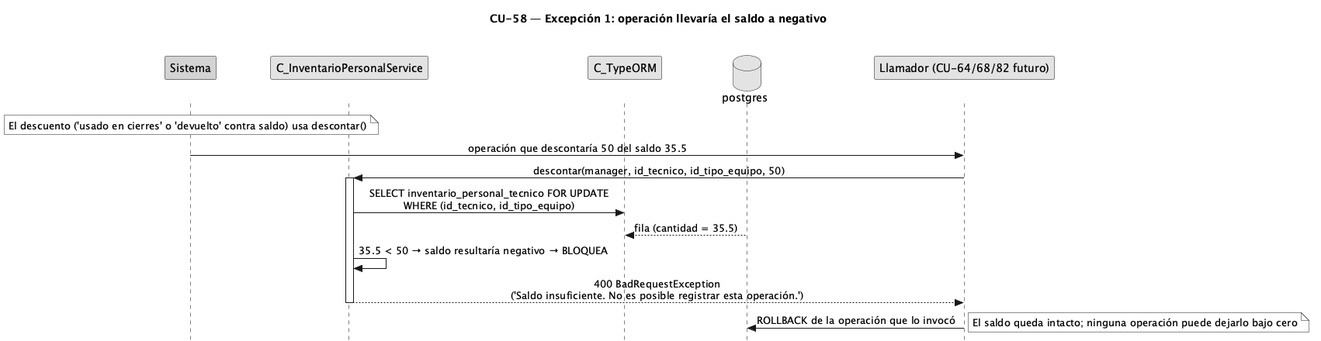
Before: diagramas/diagramas-secuencia/CU58/CU58-exc-saldo-negativo.png, a diagram exported from PlantUML (FSM-Finet-y-Cable-Magico/Team_1-Inventario-y-Bodega). Its diagram source:
```plantuml
@startuml CU58-exc-saldo-negativo
title CU-58 — Excepción 1: operación llevaría el saldo a negativo
skinparam style strictuml
skinparam monochrome true
skinparam shadowing false
skinparam sequenceMessageAlign center
<style> sequenceDiagram { participant { Margin 30 } actor { Margin 12 } } </style>
skinparam sequence {
  MessageAlign center
  LifeLineBorderColor black
}
hide footbox

participant "Sistema" as sys #lightgrey
participant "C_InventarioPersonalService" as ips
participant "C_TypeORM" as orm
database "postgres" as db
participant "Llamador (CU-64/68/82 futuro)" as caller

note over sys : El descuento ('usado en cierres' o 'devuelto' contra saldo) usa descontar()
sys -> caller : operación que descontaría 50 del saldo 35.5
caller -> ips : descontar(manager, id_tecnico, id_tipo_equipo, 50)
activate ips
ips -> orm : SELECT inventario_personal_tecnico FOR UPDATE\nWHERE (id_tecnico, id_tipo_equipo)
db --> orm : fila (cantidad = 35.5)
ips -> ips : 35.5 < 50 → saldo resultaría negativo → BLOQUEA
ips --> caller : 400 BadRequestException\n('Saldo insuficiente. No es posible registrar esta operación.')
deactivate ips
caller -> db : ROLLBACK de la operación que lo invocó
note right : El saldo queda intacto; ninguna operación puede dejarlo bajo cero
@enduml
```
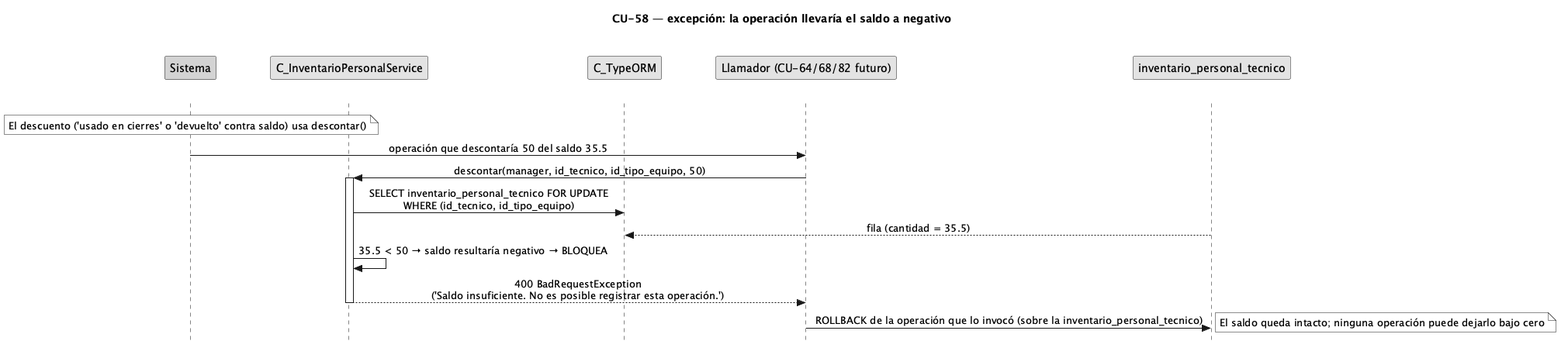
After the commit.

The edit, as a diff of the source:
```diff
@@ -1,5 +1,5 @@
 @startuml CU58-exc-saldo-negativo
-title CU-58 — Excepción 1: operación llevaría el saldo a negativo
+title CU-58 — excepción: la operación llevaría el saldo a negativo
 skinparam style strictuml
 skinparam monochrome true
 skinparam shadowing false
@@ -14,18 +14,18 @@
 participant "Sistema" as sys #lightgrey
 participant "C_InventarioPersonalService" as ips
 participant "C_TypeORM" as orm
-database "postgres" as db
 participant "Llamador (CU-64/68/82 futuro)" as caller
+participant "inventario_personal_tecnico" as invp
 
 note over sys : El descuento ('usado en cierres' o 'devuelto' contra saldo) usa descontar()
 sys -> caller : operación que descontaría 50 del saldo 35.5
 caller -> ips : descontar(manager, id_tecnico, id_tipo_equipo, 50)
 activate ips
 ips -> orm : SELECT inventario_personal_tecnico FOR UPDATE\nWHERE (id_tecnico, id_tipo_equipo)
-db --> orm : fila (cantidad = 35.5)
+invp --> orm : fila (cantidad = 35.5)
 ips -> ips : 35.5 < 50 → saldo resultaría negativo → BLOQUEA
 ips --> caller : 400 BadRequestException\n('Saldo insuficiente. No es posible registrar esta operación.')
 deactivate ips
-caller -> db : ROLLBACK de la operación que lo invocó
+caller -> invp :ROLLBACK de la operación que lo invocó (sobre la inventario_personal_tecnico)
 note right : El saldo queda intacto; ninguna operación puede dejarlo bajo cero
 @enduml
```
